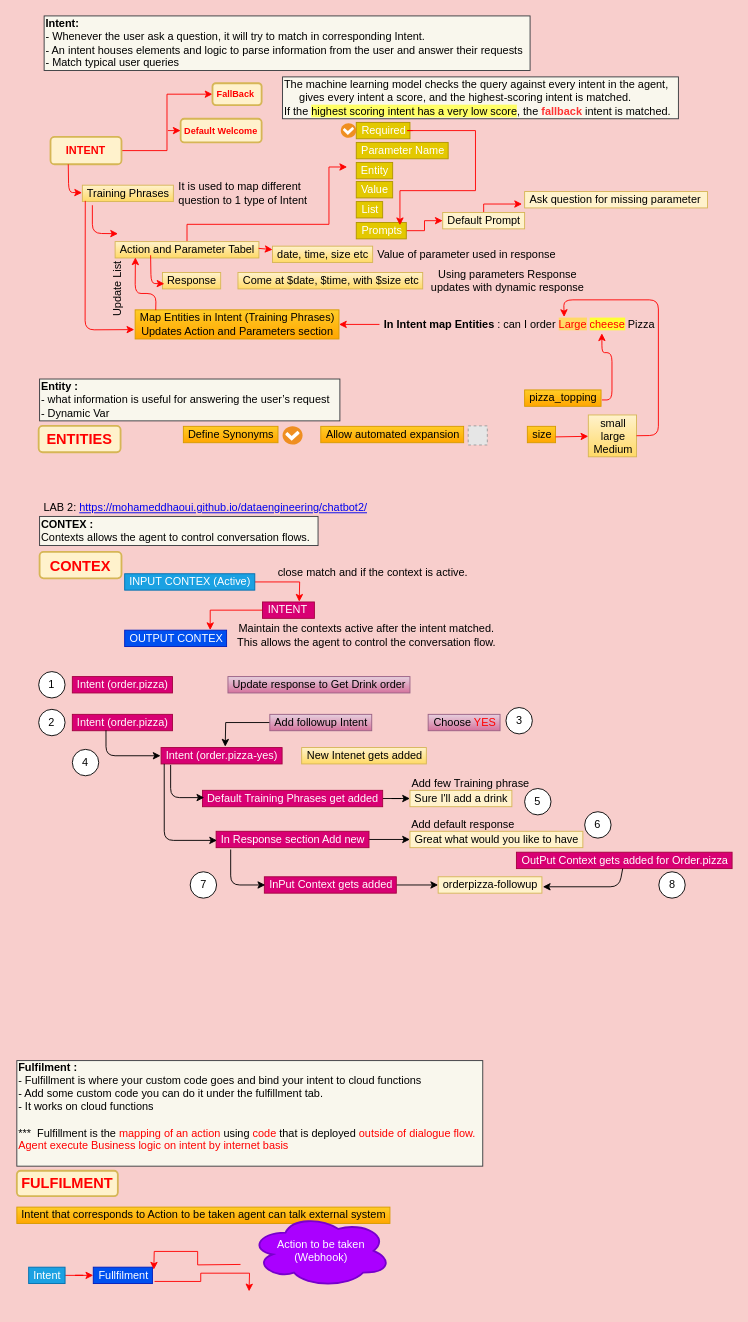
smkcoder/BuildingConversationalExp keeps this draw.io diagram as page "DialogueFlow" (2 of 3) of MyKnowledgeBoard.drawio. Above is the earlier version. Source tidied: cells renumbered, new cells numbered last; positions are measured from the earlier drawing's top-left corner, leaving out a move shared by most shapes. Both pictures are drawn from the tidied source at 91%, with x=0, y=0 at pixel (16, 15). Pictures stored in the file or linked from it are replaced by grey dashed boxes.
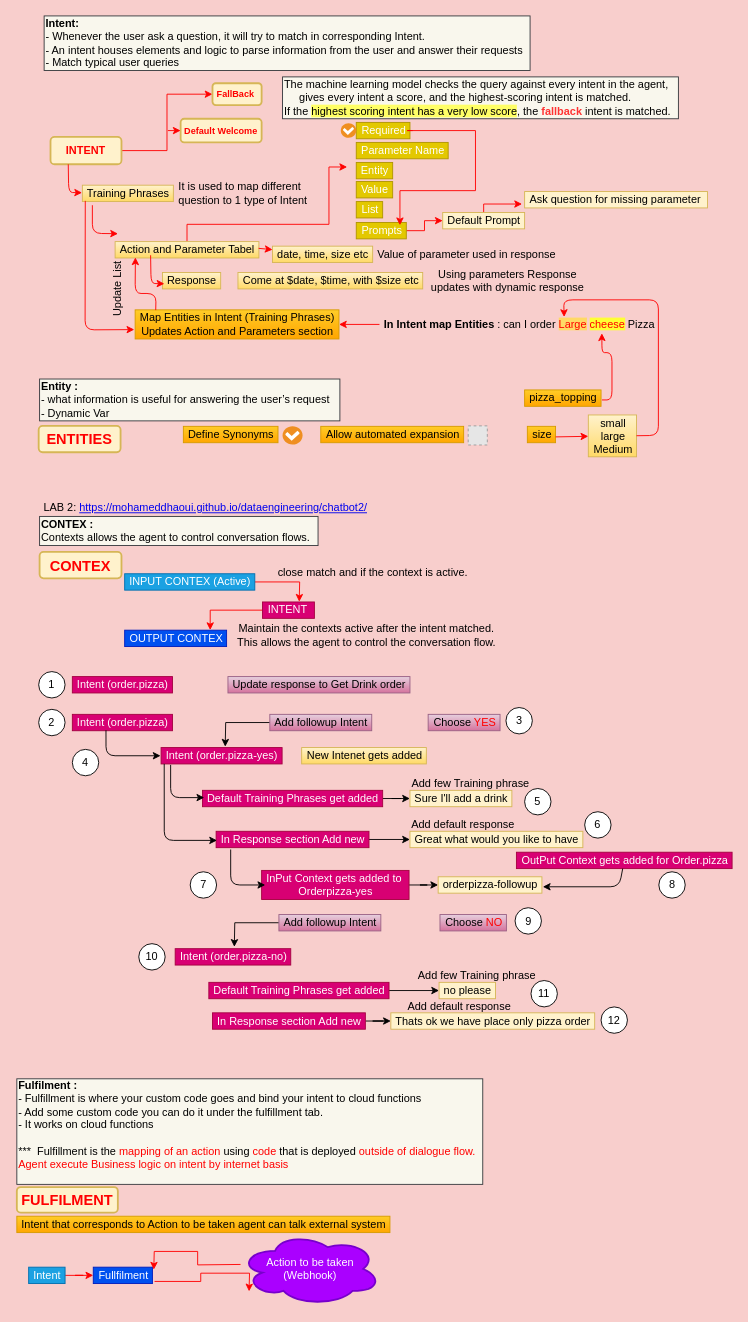
The same diagram, later.

The edit, as a diff of the source:
```diff
@@
     <mxCell id="9" value="&lt;b&gt;&lt;font color=&quot;#ff0000&quot; style=&quot;font-size: 16px&quot;&gt;FULFILMENT&lt;/font&gt;&lt;/b&gt;" style="rounded=1;whiteSpace=wrap;html=1;strokeWidth=2;fillColor=#fff2cc;strokeColor=#d6b656;" parent="1" vertex="1">
-      <mxGeometry y="1269" width="111" height="28" as="geometry" />
+      <mxGeometry y="1287" width="111" height="28" as="geometry" />
     </mxCell>
     <mxCell id="10" value="&lt;b&gt;Fulfilment :&amp;nbsp;&lt;br&gt;&lt;/b&gt;&lt;div&gt;- Fulfillment is where your custom code goes and bind your intent to cloud functions&lt;/div&gt;&lt;div&gt;- Add some custom code you can do it under the fulfillment tab.&lt;/div&gt;&lt;div&gt;- It works on cloud functions&lt;/div&gt;&lt;div&gt;&lt;br&gt;&lt;/div&gt;&lt;div&gt;***&amp;nbsp;&amp;nbsp;Fulfillment is the &lt;font color=&quot;#ff0000&quot;&gt;mapping of an action&lt;/font&gt; using &lt;font color=&quot;#ff0000&quot;&gt;code&lt;/font&gt; that is deployed &lt;font color=&quot;#ff0000&quot;&gt;outside of dialogue flow.&lt;/font&gt;&lt;/div&gt;&lt;div&gt;&lt;font color=&quot;#ff0000&quot;&gt;Agent execute Business logic on intent by internet basis&lt;/font&gt;&lt;/div&gt;&lt;div&gt;&lt;font color=&quot;#ff0000&quot;&gt;&lt;br&gt;&lt;/font&gt;&lt;/div&gt;" style="text;html=1;align=left;verticalAlign=middle;fillColor=#f9f7ed;strokeColor=#36393d;" parent="1" vertex="1">
-      <mxGeometry y="1148" width="512" height="116" as="geometry" />
+      <mxGeometry y="1168" width="512" height="116" as="geometry" />
     </mxCell>
@@
     <mxCell id="63" value="Intent that corresponds to Action to be taken agent can talk external system" style="text;html=1;align=center;verticalAlign=middle;gradientColor=#ffa500;fillColor=#ffcd28;strokeColor=#d79b00;" parent="1" vertex="1">
-      <mxGeometry y="1309" width="410" height="18" as="geometry" />
+      <mxGeometry y="1319" width="410" height="18" as="geometry" />
     </mxCell>
@@
     <mxCell id="69" value="Action to be taken&lt;br&gt;(Webhook)" style="ellipse;shape=cloud;whiteSpace=wrap;html=1;strokeWidth=2;fillColor=#aa00ff;strokeColor=#7700CC;fontColor=#ffffff;" parent="1" vertex="1">
-      <mxGeometry x="256.5" y="1317" width="155" height="80" as="geometry" />
+      <mxGeometry x="245" y="1337" width="155" height="80" as="geometry" />
     </mxCell>
@@
-    <mxCell id="95" value="InPut Context gets added" style="text;html=1;align=center;verticalAlign=middle;points=[];fillColor=#d80073;strokeColor=#A50040;fontColor=#ffffff;" parent="1" vertex="1">
-      <mxGeometry x="272" y="946" width="145" height="18" as="geometry" />
+    <mxCell id="95" value="InPut Context gets added to&amp;nbsp;&lt;br&gt;Orderpizza-yes" style="text;html=1;align=center;verticalAlign=middle;points=[];fillColor=#d80073;strokeColor=#A50040;fontColor=#ffffff;" parent="1" vertex="1">
+      <mxGeometry x="269" y="939" width="162" height="32" as="geometry" />
     </mxCell>
@@
+    <mxCell id="104" value="Intent (order.pizza-no)" style="text;html=1;align=center;verticalAlign=middle;fillColor=#d80073;strokeColor=#A50040;fontColor=#ffffff;" parent="1" vertex="1">
+      <mxGeometry x="174" y="1025" width="127" height="18" as="geometry" />
+    </mxCell>
+    <mxCell id="105" style="edgeStyle=orthogonalEdgeStyle;rounded=0;jettySize=auto;html=1;" parent="1" edge="1" source="106">
+      <mxGeometry relative="1" as="geometry">
+        <mxPoint x="239" y="1023" as="targetPoint" />
+      </mxGeometry>
+    </mxCell>
+    <mxCell id="106" value="Add followup Intent" style="text;html=1;align=center;verticalAlign=middle;points=[];gradientColor=#d5739d;fillColor=#e6d0de;strokeColor=#996185;" parent="1" vertex="1">
+      <mxGeometry x="288" y="987.5" width="112" height="18" as="geometry" />
+    </mxCell>
+    <mxCell id="107" value="Choose &lt;font color=&quot;#ff0000&quot;&gt;NO&lt;/font&gt;" style="text;html=1;align=center;verticalAlign=middle;gradientColor=#d5739d;fillColor=#e6d0de;strokeColor=#996185;" parent="1" vertex="1">
+      <mxGeometry x="465" y="987.5" width="73" height="18" as="geometry" />
+    </mxCell>
+    <mxCell id="108" value="9" style="ellipse;whiteSpace=wrap;html=1;" parent="1" vertex="1">
+      <mxGeometry x="547.5" y="980" width="29" height="29" as="geometry" />
+    </mxCell>
+    <mxCell id="109" value="10" style="ellipse;whiteSpace=wrap;html=1;" parent="1" vertex="1">
+      <mxGeometry x="134" y="1019.5" width="29" height="29" as="geometry" />
+    </mxCell>
+    <mxCell id="110" style="edgeStyle=orthogonalEdgeStyle;rounded=0;jettySize=auto;html=1;" parent="1" edge="1" source="111" target="112">
+      <mxGeometry relative="1" as="geometry" />
+    </mxCell>
+    <mxCell id="111" value="Default Training Phrases get added" style="text;html=1;align=center;verticalAlign=middle;points=[];fillColor=#d80073;strokeColor=#A50040;fontColor=#ffffff;" parent="1" vertex="1">
+      <mxGeometry x="211" y="1062" width="198" height="18" as="geometry" />
+    </mxCell>
+    <mxCell id="112" value="no please" style="text;html=1;align=center;verticalAlign=middle;points=[];fillColor=#fff2cc;strokeColor=#d6b656;" parent="1" vertex="1">
+      <mxGeometry x="464" y="1062" width="62" height="18" as="geometry" />
+    </mxCell>
+    <mxCell id="113" value="Add few Training phrase&amp;nbsp;" style="text;html=1;align=center;verticalAlign=middle;" parent="1" vertex="1">
+      <mxGeometry x="435" y="1046" width="143" height="18" as="geometry" />
+    </mxCell>
+    <mxCell id="114" value="11" style="ellipse;whiteSpace=wrap;html=1;" parent="1" vertex="1">
+      <mxGeometry x="565" y="1060" width="29" height="29" as="geometry" />
+    </mxCell>
+    <mxCell id="115" style="edgeStyle=orthogonalEdgeStyle;rounded=0;jettySize=auto;html=1;" parent="1" edge="1" source="116" target="117">
+      <mxGeometry relative="1" as="geometry" />
+    </mxCell>
+    <mxCell id="116" value="In Response section Add new" style="text;html=1;align=center;verticalAlign=middle;points=[];fillColor=#d80073;strokeColor=#A50040;fontColor=#ffffff;" parent="1" vertex="1">
+      <mxGeometry x="215" y="1095.5" width="168" height="18" as="geometry" />
+    </mxCell>
+    <mxCell id="117" value="Thats ok we have place only pizza order" style="text;html=1;align=center;verticalAlign=middle;points=[];fillColor=#fff2cc;strokeColor=#d6b656;" parent="1" vertex="1">
+      <mxGeometry x="411" y="1095.5" width="224" height="18" as="geometry" />
+    </mxCell>
+    <mxCell id="118" value="Add default response" style="text;html=1;align=center;verticalAlign=middle;" parent="1" vertex="1">
+      <mxGeometry x="424" y="1079.5" width="123" height="18" as="geometry" />
+    </mxCell>
+    <mxCell id="119" value="12" style="ellipse;whiteSpace=wrap;html=1;" parent="1" vertex="1">
+      <mxGeometry x="642" y="1089" width="29" height="29" as="geometry" />
+    </mxCell>
```
